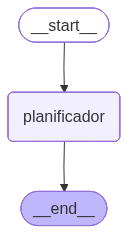
NicolasPzL/Agente-de-Gobierno keeps this Mermaid diagram as docs/grafo_sprint1.png. Above is the earlier version. Its source is kept beside it as docs/grafo_sprint1.mmd. Its diagram source:
```mermaid
---
config:
  flowchart:
    curve: linear
---
graph TD;
	__start__([<p>__start__</p>]):::first
	planificador(planificador)
	__end__([<p>__end__</p>]):::last
	__start__ --> planificador;
	planificador --> __end__;
	classDef default fill:#f2f0ff,line-height:1.2
	classDef first fill-opacity:0
	classDef last fill:#bfb6fc
```
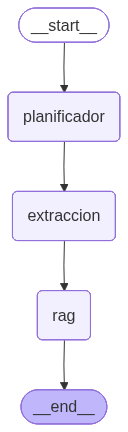
Above is the later version.

Diff of the diagram source:
```diff
@@ -6,9 +6,13 @@
 graph TD;
 	__start__([<p>__start__</p>]):::first
 	planificador(planificador)
+	extraccion(extraccion)
+	rag(rag)
 	__end__([<p>__end__</p>]):::last
 	__start__ --> planificador;
-	planificador --> __end__;
+	extraccion --> rag;
+	planificador --> extraccion;
+	rag --> __end__;
 	classDef default fill:#f2f0ff,line-height:1.2
 	classDef first fill-opacity:0
 	classDef last fill:#bfb6fc
```
